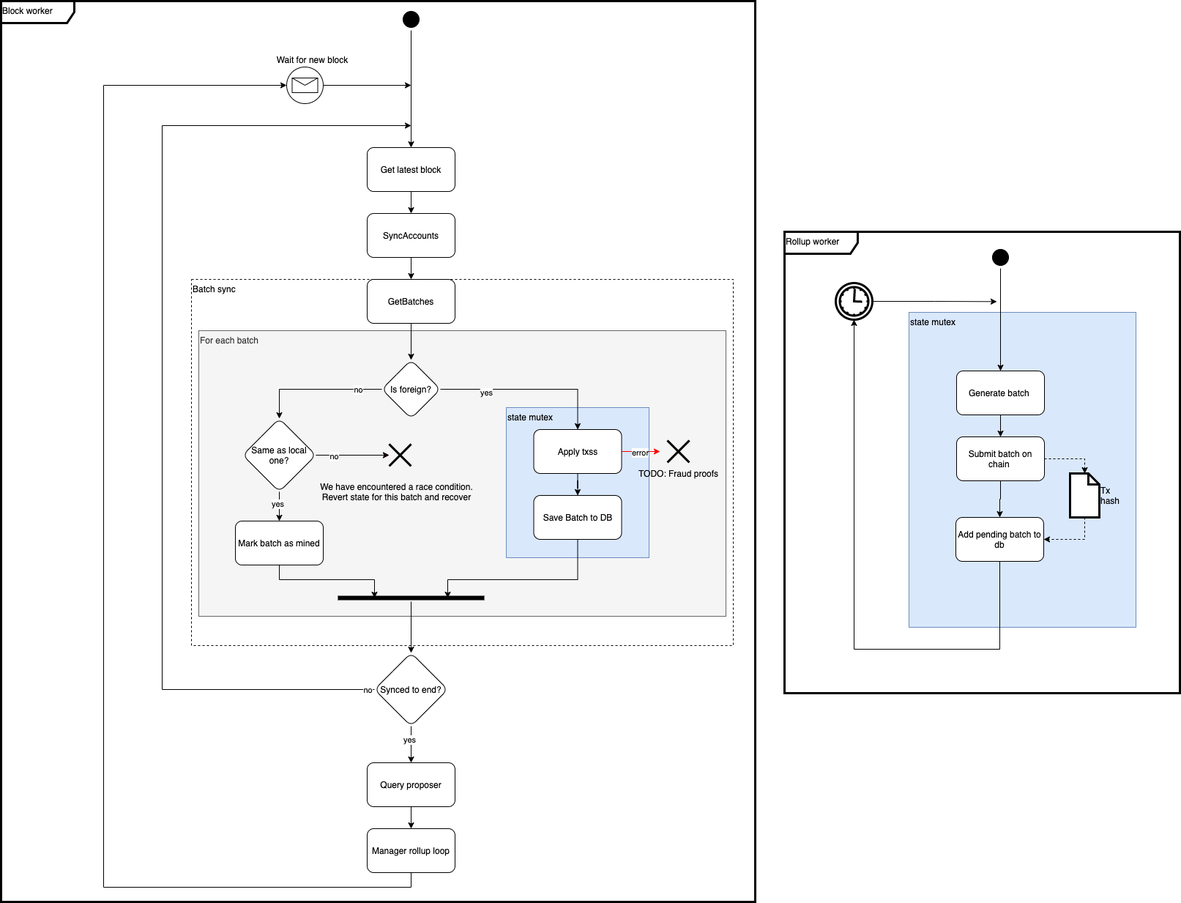
Before: docs/sync_loop.png, a diagram exported from draw.io (worldcoin/hubble-commander). Source tidied: cells renumbered, new cells last; positions are measured from the earlier drawing's top-left corner, leaving out a move shared by most shapes.
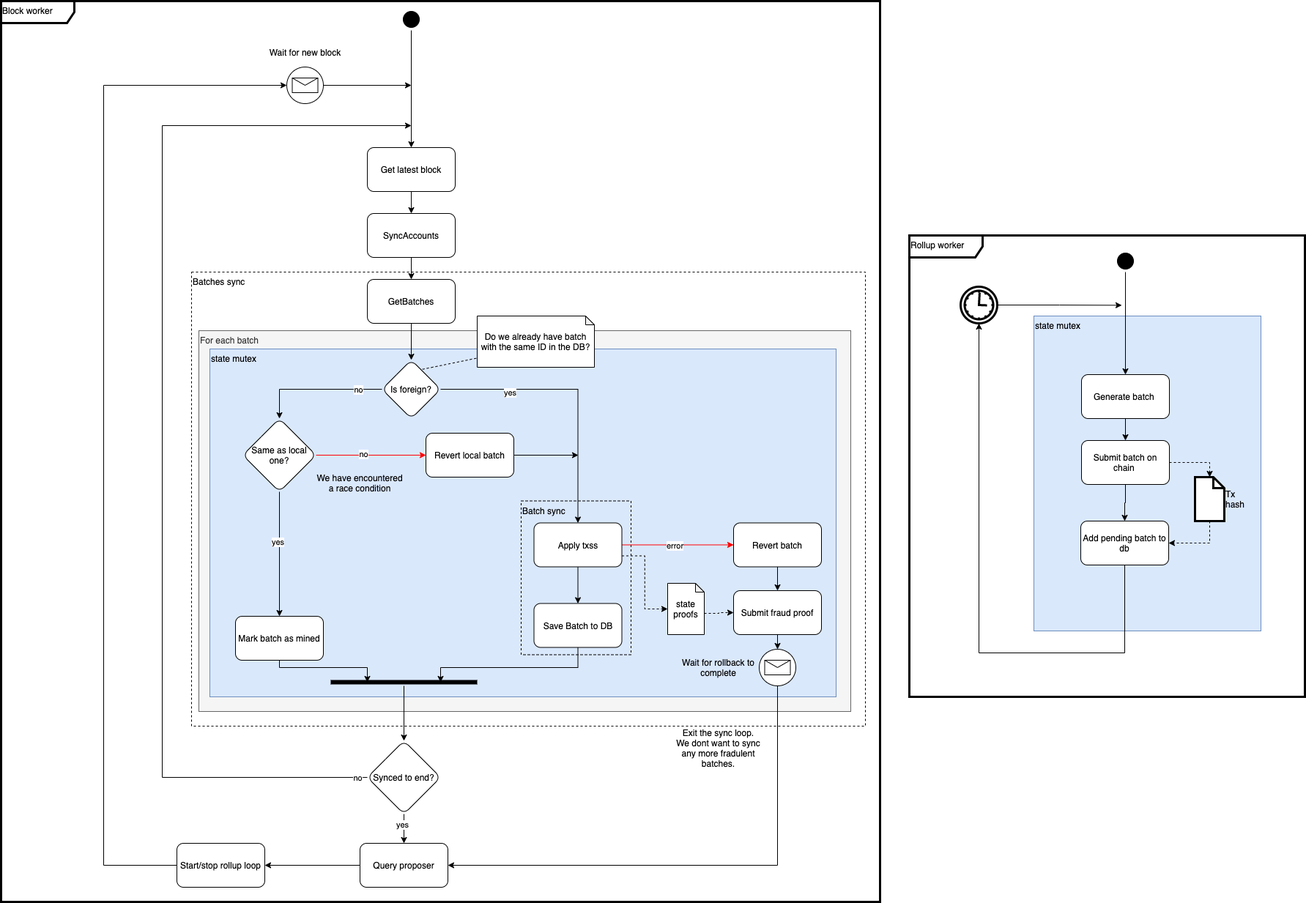
Later version of the same file.

Diff of the diagram source:
```diff
@@ -4,20 +4,23 @@
     <mxCell id="1" parent="0" />
-    <mxCell id="2" value="Rollup worker" style="shape=umlFrame;whiteSpace=wrap;html=1;strokeColor=#000000;fillColor=none;align=left;verticalAlign=top;width=100;height=30;strokeWidth=3;" parent="1" vertex="1">
-      <mxGeometry x="1070" y="315" width="540" height="630" as="geometry" />
-    </mxCell>
-    <mxCell id="3" value="state mutex" style="rounded=0;whiteSpace=wrap;html=1;fillColor=#dae8fc;strokeColor=#6c8ebf;align=left;verticalAlign=top;" parent="1" vertex="1">
-      <mxGeometry x="1240" y="425" width="310" height="430" as="geometry" />
-    </mxCell>
     <mxCell id="4" value="Block worker" style="shape=umlFrame;whiteSpace=wrap;html=1;strokeColor=#000000;fillColor=none;align=left;verticalAlign=top;width=100;height=30;strokeWidth=3;" parent="1" vertex="1">
-      <mxGeometry width="1030" height="1230" as="geometry" />
+      <mxGeometry width="1200" height="1230" as="geometry" />
     </mxCell>
-    <mxCell id="5" value="Batch sync" style="rounded=0;whiteSpace=wrap;html=1;strokeColor=#000000;fillColor=none;verticalAlign=top;dashed=1;align=left;" parent="1" vertex="1">
-      <mxGeometry x="260" y="380" width="740" height="500" as="geometry" />
+    <mxCell id="5" value="Batches sync" style="rounded=0;whiteSpace=wrap;html=1;strokeColor=#000000;fillColor=none;verticalAlign=top;dashed=1;align=left;" parent="1" vertex="1">
+      <mxGeometry x="260" y="370" width="920" height="620" as="geometry" />
     </mxCell>
     <mxCell id="6" value="For each batch" style="rounded=0;whiteSpace=wrap;html=1;align=left;verticalAlign=top;fillColor=#f5f5f5;strokeColor=#666666;fontColor=#333333;" parent="1" vertex="1">
-      <mxGeometry x="270" y="450" width="720" height="390" as="geometry" />
+      <mxGeometry x="270" y="450" width="890" height="520" as="geometry" />
     </mxCell>
     <mxCell id="7" value="state mutex" style="rounded=0;whiteSpace=wrap;html=1;fillColor=#dae8fc;strokeColor=#6c8ebf;align=left;verticalAlign=top;" parent="1" vertex="1">
-      <mxGeometry x="690" y="555" width="195" height="205" as="geometry" />
+      <mxGeometry x="285" y="475" width="855" height="475" as="geometry" />
     </mxCell>
+    <mxCell id="66" value="Batch sync" style="rounded=0;whiteSpace=wrap;html=1;strokeColor=#000000;fillColor=none;verticalAlign=top;dashed=1;align=left;" parent="1" vertex="1">
+      <mxGeometry x="710" y="682.5" width="150" height="210" as="geometry" />
+    </mxCell>
+    <mxCell id="2" value="Rollup worker" style="shape=umlFrame;whiteSpace=wrap;html=1;strokeColor=#000000;fillColor=none;align=left;verticalAlign=top;width=100;height=30;strokeWidth=3;" parent="1" vertex="1">
+      <mxGeometry x="1240" y="320" width="540" height="630" as="geometry" />
+    </mxCell>
+    <mxCell id="3" value="state mutex" style="rounded=0;whiteSpace=wrap;html=1;fillColor=#dae8fc;strokeColor=#6c8ebf;align=left;verticalAlign=top;" parent="1" vertex="1">
+      <mxGeometry x="1410" y="430" width="310" height="430" as="geometry" />
+    </mxCell>
     <mxCell id="8" style="edgeStyle=orthogonalEdgeStyle;rounded=0;jettySize=auto;html=1;exitX=0.5;exitY=1;exitDx=0;exitDy=0;" parent="1" edge="1" source="9" target="11">
@@ -52,2 +55,5 @@
     </mxCell>
+    <mxCell id="67" style="rounded=0;jettySize=auto;html=1;exitX=0;exitY=0;exitDx=0;exitDy=0;entryX=0;entryY=0;entryDx=80;entryDy=41;entryPerimeter=0;dashed=1;endArrow=none;endFill=0;" parent="1" edge="1" source="18" target="73">
+      <mxGeometry relative="1" as="geometry" />
+    </mxCell>
     <mxCell id="18" value="Is foreign?" style="rhombus;whiteSpace=wrap;html=1;rounded=1;" parent="1" vertex="1">
@@ -58,6 +64,4 @@
     </mxCell>
-    <mxCell id="20" style="edgeStyle=orthogonalEdgeStyle;rounded=0;jettySize=auto;html=1;exitX=1;exitY=0.5;exitDx=0;exitDy=0;fillColor=#f8cecc;strokeColor=#FF0000;" parent="1" edge="1" source="22">
-      <mxGeometry relative="1" as="geometry">
-        <mxPoint x="900" y="615" as="targetPoint" />
-      </mxGeometry>
+    <mxCell id="20" style="edgeStyle=orthogonalEdgeStyle;rounded=0;jettySize=auto;html=1;exitX=1;exitY=0.5;exitDx=0;exitDy=0;fillColor=#f8cecc;strokeColor=#FF0000;entryX=0;entryY=0.5;entryDx=0;entryDy=0;" parent="1" edge="1" source="22" target="70">
+      <mxGeometry relative="1" as="geometry" />
     </mxCell>
@@ -66,15 +70,13 @@
     </mxCell>
+    <mxCell id="68" style="edgeStyle=orthogonalEdgeStyle;rounded=0;jettySize=auto;html=1;exitX=1;exitY=0.75;exitDx=0;exitDy=0;entryX=0;entryY=0.5;entryDx=0;entryDy=0;entryPerimeter=0;endArrow=classic;endFill=1;dashed=1;" parent="1" edge="1" source="22" target="77">
+      <mxGeometry relative="1" as="geometry" />
+    </mxCell>
     <mxCell id="22" value="Apply txss" style="whiteSpace=wrap;html=1;rounded=1;" parent="1" vertex="1">
-      <mxGeometry x="727.5" y="585" width="120" height="60" as="geometry" />
+      <mxGeometry x="727.5" y="712.5" width="120" height="60" as="geometry" />
     </mxCell>
-    <mxCell id="23" style="edgeStyle=orthogonalEdgeStyle;rounded=0;jettySize=auto;html=1;exitX=1;exitY=0.5;exitDx=0;exitDy=0;strokeColor=#FF0000;" parent="1" edge="1" source="28">
-      <mxGeometry relative="1" as="geometry">
-        <mxPoint x="530" y="620" as="targetPoint" />
-      </mxGeometry>
+    <mxCell id="23" style="edgeStyle=orthogonalEdgeStyle;rounded=0;jettySize=auto;html=1;exitX=1;exitY=0.5;exitDx=0;exitDy=0;strokeColor=#FF0000;entryX=0;entryY=0.5;entryDx=0;entryDy=0;" parent="1" edge="1" source="28" target="75">
+      <mxGeometry relative="1" as="geometry" />
     </mxCell>
-    <mxCell id="24" style="edgeStyle=orthogonalEdgeStyle;rounded=0;jettySize=auto;html=1;" parent="1" edge="1" source="28" target="33">
-      <mxGeometry relative="1" as="geometry" />
-    </mxCell>
-    <mxCell id="25" value="no" style="edgeLabel;html=1;align=center;verticalAlign=middle;" parent="24" vertex="1">
-      <mxGeometry x="-0.52" y="-1" relative="1" as="geometry" />
+    <mxCell id="25" value="no" style="edgeLabel;html=1;align=center;verticalAlign=middle;" parent="23" vertex="1">
+      <mxGeometry x="-0.14" y="2" relative="1" as="geometry" />
     </mxCell>
@@ -92,4 +94,4 @@
         <Array as="points">
-          <mxPoint x="788" y="790" />
-          <mxPoint x="610" y="790" />
+          <mxPoint x="788" y="910" />
+          <mxPoint x="600" y="910" />
         </Array>
@@ -98,16 +100,4 @@
     <mxCell id="30" value="Save Batch to DB" style="whiteSpace=wrap;html=1;rounded=1;" parent="1" vertex="1">
-      <mxGeometry x="727.5" y="675" width="120" height="60" as="geometry" />
+      <mxGeometry x="727.5" y="822.5" width="120" height="60" as="geometry" />
     </mxCell>
-    <mxCell id="31" style="shape=umlDestroy;whiteSpace=wrap;html=1;strokeWidth=3;verticalAlign=top;" parent="1" vertex="1">
-      <mxGeometry x="910" y="600" width="30" height="30" as="geometry" />
-    </mxCell>
-    <mxCell id="32" value="TODO: Fraud proofs" style="text;html=1;align=center;verticalAlign=middle;strokeColor=none;" parent="1" vertex="1">
-      <mxGeometry x="865" y="635" width="120" height="20" as="geometry" />
-    </mxCell>
-    <mxCell id="33" style="shape=umlDestroy;whiteSpace=wrap;html=1;strokeWidth=3;verticalAlign=top;" parent="1" vertex="1">
-      <mxGeometry x="530" y="605" width="30" height="30" as="geometry" />
-    </mxCell>
-    <mxCell id="34" value="We have encountered a race condition.&lt;br&gt;Revert state for this batch and recover" style="text;html=1;align=center;verticalAlign=middle;strokeColor=none;" parent="1" vertex="1">
-      <mxGeometry x="430" y="655" width="220" height="30" as="geometry" />
-    </mxCell>
     <mxCell id="35" style="edgeStyle=orthogonalEdgeStyle;rounded=0;jettySize=auto;html=1;exitX=0.5;exitY=1;exitDx=0;exitDy=0;entryX=0.25;entryY=0.5;entryDx=0;entryDy=0;entryPerimeter=0;strokeColor=#000000;" parent="1" edge="1" source="36" target="38">
@@ -115,4 +105,4 @@
         <Array as="points">
-          <mxPoint x="380" y="790" />
-          <mxPoint x="510" y="790" />
+          <mxPoint x="380" y="910" />
+          <mxPoint x="500" y="910" />
         </Array>
@@ -121,3 +111,3 @@
     <mxCell id="36" value="Mark batch as mined" style="whiteSpace=wrap;html=1;rounded=1;" parent="1" vertex="1">
-      <mxGeometry x="320" y="710" width="120" height="60" as="geometry" />
+      <mxGeometry x="320" y="840" width="120" height="60" as="geometry" />
     </mxCell>
@@ -127,3 +117,3 @@
     <mxCell id="38" style="shape=line;html=1;strokeWidth=6;verticalAlign=top;" parent="1" vertex="1">
-      <mxGeometry x="460" y="810" width="200" height="10" as="geometry" />
+      <mxGeometry x="450" y="925" width="200" height="10" as="geometry" />
     </mxCell>
@@ -133,3 +123,3 @@
         <Array as="points">
-          <mxPoint x="220" y="940" />
+          <mxPoint x="220" y="1060" />
           <mxPoint x="220" y="170" />
@@ -150,3 +140,3 @@
     <mxCell id="43" value="Synced to end?" style="rhombus;whiteSpace=wrap;html=1;rounded=1;" parent="1" vertex="1">
-      <mxGeometry x="510" y="890" width="100" height="100" as="geometry" />
+      <mxGeometry x="500" y="1010" width="100" height="100" as="geometry" />
     </mxCell>
@@ -161,5 +151,5 @@
     <mxCell id="46" value="Wait for new block" style="text;html=1;align=center;verticalAlign=middle;strokeColor=none;" parent="1" vertex="1">
-      <mxGeometry x="370" y="70" width="110" height="20" as="geometry" />
+      <mxGeometry x="360" y="60" width="110" height="20" as="geometry" />
     </mxCell>
-    <mxCell id="47" style="edgeStyle=orthogonalEdgeStyle;rounded=0;jettySize=auto;html=1;exitX=0.5;exitY=1;exitDx=0;exitDy=0;strokeColor=#000000;" parent="1" edge="1" source="48" target="50">
+    <mxCell id="47" style="edgeStyle=orthogonalEdgeStyle;rounded=0;jettySize=auto;html=1;exitX=0;exitY=0.5;exitDx=0;exitDy=0;strokeColor=#000000;" parent="1" edge="1" source="48" target="50">
       <mxGeometry relative="1" as="geometry" />
@@ -167,9 +157,8 @@
     <mxCell id="48" value="Query proposer" style="whiteSpace=wrap;html=1;rounded=1;" parent="1" vertex="1">
-      <mxGeometry x="500" y="1040" width="120" height="60" as="geometry" />
+      <mxGeometry x="490" y="1150" width="120" height="60" as="geometry" />
     </mxCell>
-    <mxCell id="49" style="edgeStyle=orthogonalEdgeStyle;rounded=0;jettySize=auto;html=1;exitX=0.5;exitY=1;exitDx=0;exitDy=0;strokeColor=#000000;entryX=0;entryY=0.5;entryDx=0;entryDy=0;entryPerimeter=0;" parent="1" edge="1" source="50" target="45">
+    <mxCell id="49" style="edgeStyle=orthogonalEdgeStyle;rounded=0;jettySize=auto;html=1;exitX=0;exitY=0.5;exitDx=0;exitDy=0;strokeColor=#000000;entryX=0;entryY=0.5;entryDx=0;entryDy=0;entryPerimeter=0;" parent="1" edge="1" source="50" target="45">
       <mxGeometry relative="1" as="geometry">
         <Array as="points">
-          <mxPoint x="560" y="1210" />
-          <mxPoint x="140" y="1210" />
+          <mxPoint x="140" y="1180" />
           <mxPoint x="140" y="115" />
@@ -178,4 +167,4 @@
     </mxCell>
-    <mxCell id="50" value="Manager rollup loop" style="whiteSpace=wrap;html=1;rounded=1;" parent="1" vertex="1">
-      <mxGeometry x="500" y="1130" width="120" height="60" as="geometry" />
+    <mxCell id="50" value="Start/stop rollup loop" style="whiteSpace=wrap;html=1;rounded=1;" parent="1" vertex="1">
+      <mxGeometry x="240" y="1150" width="120" height="60" as="geometry" />
     </mxCell>
@@ -191,3 +180,3 @@
     <mxCell id="54" style="ellipse;html=1;shape=startState;fillColor=#000000;align=left;verticalAlign=top;" parent="1" vertex="1">
-      <mxGeometry x="1350" y="335" width="30" height="30" as="geometry" />
+      <mxGeometry x="1520" y="340" width="30" height="30" as="geometry" />
     </mxCell>
@@ -197,3 +186,3 @@
     <mxCell id="56" value="Generate batch&amp;nbsp;" style="whiteSpace=wrap;html=1;rounded=1;" parent="1" vertex="1">
-      <mxGeometry x="1305" y="505" width="120" height="60" as="geometry" />
+      <mxGeometry x="1475" y="510" width="120" height="60" as="geometry" />
     </mxCell>
@@ -206,3 +195,3 @@
     <mxCell id="59" value="Submit batch on chain&amp;nbsp;" style="whiteSpace=wrap;html=1;rounded=1;" parent="1" vertex="1">
-      <mxGeometry x="1305" y="595" width="120" height="60" as="geometry" />
+      <mxGeometry x="1475" y="600" width="120" height="60" as="geometry" />
     </mxCell>
@@ -211,4 +200,4 @@
         <Array as="points">
-          <mxPoint x="1364" y="885" />
-          <mxPoint x="1165" y="885" />
+          <mxPoint x="1534" y="890" />
+          <mxPoint x="1335" y="890" />
         </Array>
@@ -217,3 +206,3 @@
     <mxCell id="61" value="Add pending batch to db" style="whiteSpace=wrap;html=1;rounded=1;" parent="1" vertex="1">
-      <mxGeometry x="1304" y="705" width="120" height="60" as="geometry" />
+      <mxGeometry x="1474" y="710" width="120" height="60" as="geometry" />
     </mxCell>
@@ -223,3 +212,3 @@
     <mxCell id="63" value="Tx hash" style="shape=mxgraph.bpmn.data;labelPosition=right;verticalLabelPosition=middle;align=left;verticalAlign=middle;whiteSpace=wrap;size=15;html=1;strokeColor=#000000;strokeWidth=3;" parent="1" vertex="1">
-      <mxGeometry x="1460" y="645" width="40" height="60" as="geometry" />
+      <mxGeometry x="1630" y="650" width="40" height="60" as="geometry" />
     </mxCell>
@@ -227,3 +216,3 @@
       <mxGeometry relative="1" as="geometry">
-        <mxPoint x="1360" y="410.3" as="targetPoint" />
+        <mxPoint x="1530" y="415.3" as="targetPoint" />
       </mxGeometry>
@@ -231,4 +220,48 @@
     <mxCell id="65" style="points=[[0.145,0.145,0],[0.5,0,0],[0.855,0.145,0],[1,0.5,0],[0.855,0.855,0],[0.5,1,0],[0.145,0.855,0],[0,0.5,0]];shape=mxgraph.bpmn.event;html=1;verticalLabelPosition=bottom;labelBackgroundColor=#ffffff;verticalAlign=top;align=center;perimeter=ellipsePerimeter;outlineConnect=0;outline=standard;symbol=timer;strokeColor=#000000;strokeWidth=3;fillColor=#ffffff;" parent="1" vertex="1">
-      <mxGeometry x="1140" y="385" width="50" height="50" as="geometry" />
+      <mxGeometry x="1310" y="390" width="50" height="50" as="geometry" />
     </mxCell>
+    <mxCell id="69" style="edgeStyle=orthogonalEdgeStyle;rounded=0;jettySize=auto;html=1;exitX=0.5;exitY=1;exitDx=0;exitDy=0;entryX=0.5;entryY=0;entryDx=0;entryDy=0;" parent="1" edge="1" source="70" target="72">
+      <mxGeometry relative="1" as="geometry" />
+    </mxCell>
+    <mxCell id="70" value="Revert batch" style="whiteSpace=wrap;html=1;rounded=1;" parent="1" vertex="1">
+      <mxGeometry x="1000" y="712.5" width="120" height="60" as="geometry" />
+    </mxCell>
+    <mxCell id="71" style="edgeStyle=orthogonalEdgeStyle;rounded=0;jettySize=auto;html=1;exitX=0.5;exitY=1;exitDx=0;exitDy=0;endArrow=classic;endFill=1;entryX=0.5;entryY=0;entryDx=0;entryDy=0;entryPerimeter=0;" parent="1" edge="1" source="72" target="81">
+      <mxGeometry relative="1" as="geometry" />
+    </mxCell>
+    <mxCell id="72" value="Submit fraud proof" style="whiteSpace=wrap;html=1;rounded=1;" parent="1" vertex="1">
+      <mxGeometry x="1000" y="805" width="120" height="60" as="geometry" />
+    </mxCell>
+    <mxCell id="73" value="Do we already have batch with the same ID in the DB?" style="shape=note;whiteSpace=wrap;html=1;backgroundOutline=1;darkOpacity=0.05;size=12;" parent="1" vertex="1">
+      <mxGeometry x="650" y="430" width="160" height="70" as="geometry" />
+    </mxCell>
+    <mxCell id="74" style="edgeStyle=orthogonalEdgeStyle;rounded=0;jettySize=auto;html=1;exitX=1;exitY=0.5;exitDx=0;exitDy=0;endArrow=classic;endFill=1;" parent="1" edge="1" source="75">
+      <mxGeometry relative="1" as="geometry">
+        <mxPoint x="788" y="620" as="targetPoint" />
+      </mxGeometry>
+    </mxCell>
+    <mxCell id="75" value="Revert local batch" style="whiteSpace=wrap;html=1;rounded=1;" parent="1" vertex="1">
+      <mxGeometry x="580" y="590" width="120" height="60" as="geometry" />
+    </mxCell>
+    <mxCell id="76" style="edgeStyle=orthogonalEdgeStyle;rounded=0;jettySize=auto;html=1;exitX=0;exitY=0;exitDx=50;exitDy=41;exitPerimeter=0;endArrow=classic;endFill=1;dashed=1;" parent="1" edge="1" source="77" target="72">
+      <mxGeometry relative="1" as="geometry" />
+    </mxCell>
+    <mxCell id="77" value="state proofs" style="shape=note;whiteSpace=wrap;html=1;backgroundOutline=1;darkOpacity=0.05;size=12;" parent="1" vertex="1">
+      <mxGeometry x="910" y="795" width="50" height="70" as="geometry" />
+    </mxCell>
+    <mxCell id="78" value="&lt;div&gt;We have encountered a race condition&lt;/div&gt;" style="text;html=1;strokeColor=none;fillColor=none;align=center;verticalAlign=middle;whiteSpace=wrap;rounded=0;dashed=1;labelBackgroundColor=none;" parent="1" vertex="1">
+      <mxGeometry x="430" y="632.5" width="120" height="50" as="geometry" />
+    </mxCell>
+    <mxCell id="79" value="Exit the sync loop.&lt;br&gt;We dont want to sync any more fradulent batches." style="text;html=1;strokeColor=none;fillColor=none;align=center;verticalAlign=middle;whiteSpace=wrap;rounded=0;dashed=1;labelBackgroundColor=none;" parent="1" vertex="1">
+      <mxGeometry x="910" y="1010" width="139" height="20" as="geometry" />
+    </mxCell>
+    <mxCell id="80" style="edgeStyle=orthogonalEdgeStyle;rounded=0;jettySize=auto;html=1;exitX=0.5;exitY=1;exitDx=0;exitDy=0;exitPerimeter=0;entryX=1;entryY=0.5;entryDx=0;entryDy=0;endArrow=classic;endFill=1;" parent="1" edge="1" source="81" target="48">
+      <mxGeometry relative="1" as="geometry" />
+    </mxCell>
+    <mxCell id="81" style="points=[[0.145,0.145,0],[0.5,0,0],[0.855,0.145,0],[1,0.5,0],[0.855,0.855,0],[0.5,1,0],[0.145,0.855,0],[0,0.5,0]];shape=mxgraph.bpmn.event;html=1;verticalLabelPosition=bottom;labelBackgroundColor=#ffffff;verticalAlign=top;align=center;perimeter=ellipsePerimeter;outlineConnect=0;outline=standard;symbol=message;strokeColor=#000000;" parent="1" vertex="1">
+      <mxGeometry x="1035" y="885" width="50" height="50" as="geometry" />
+    </mxCell>
+    <mxCell id="82" value="Wait for rollback to complete" style="text;html=1;strokeColor=none;fillColor=none;align=center;verticalAlign=middle;whiteSpace=wrap;rounded=0;dashed=1;labelBackgroundColor=none;" parent="1" vertex="1">
+      <mxGeometry x="910" y="900" width="139" height="20" as="geometry" />
+    </mxCell>
   </root>
```
